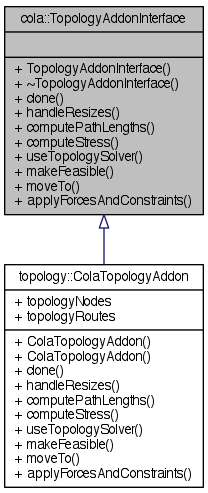
Earlier version of the Graphviz export documentation/classcola_1_1TopologyAddonInterface__inherit__graph.png (mjwybrow/adaptagrams). Its source is kept beside it as documentation/classcola_1_1TopologyAddonInterface__inherit__graph.dot. Source of this version:
```dot
digraph "cola::TopologyAddonInterface"
{
  edge [fontname="Helvetica",fontsize="10",labelfontname="Helvetica",labelfontsize="10"];
  node [fontname="Helvetica",fontsize="10",shape=record];
  Node1 [label="{cola::TopologyAddonInterface\n||+ TopologyAddonInterface()\l+ ~TopologyAddonInterface()\l+ clone()\l+ handleResizes()\l+ computePathLengths()\l+ computeStress()\l+ useTopologySolver()\l+ makeFeasible()\l+ moveTo()\l+ applyForcesAndConstraints()\l}",height=0.2,width=0.4,color="black", fillcolor="grey75", style="filled" fontcolor="black"];
  Node1 -> Node2 [dir="back",color="midnightblue",fontsize="10",style="solid",arrowtail="onormal",fontname="Helvetica"];
  Node2 [label="{topology::ColaTopologyAddon\n|+ topologyNodes\l+ topologyRoutes\l|+ ColaTopologyAddon()\l+ ColaTopologyAddon()\l+ clone()\l+ handleResizes()\l+ computePathLengths()\l+ computeStress()\l+ useTopologySolver()\l+ makeFeasible()\l+ moveTo()\l+ applyForcesAndConstraints()\l}",height=0.2,width=0.4,color="black", fillcolor="white", style="filled",URL="$classtopology_1_1ColaTopologyAddon.html",tooltip="This class can be passed to libcola to replace some functionality to provide topology preserving layo..."];
}
```
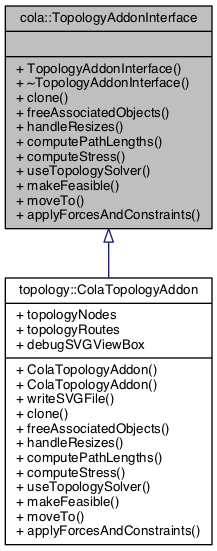
Later version of the same file.

What changed in the source:
```diff
@@ -2,7 +2,7 @@
 {
   edge [fontname="Helvetica",fontsize="10",labelfontname="Helvetica",labelfontsize="10"];
   node [fontname="Helvetica",fontsize="10",shape=record];
-  Node1 [label="{cola::TopologyAddonInterface\n||+ TopologyAddonInterface()\l+ ~TopologyAddonInterface()\l+ clone()\l+ handleResizes()\l+ computePathLengths()\l+ computeStress()\l+ useTopologySolver()\l+ makeFeasible()\l+ moveTo()\l+ applyForcesAndConstraints()\l}",height=0.2,width=0.4,color="black", fillcolor="grey75", style="filled" fontcolor="black"];
+  Node1 [label="{cola::TopologyAddonInterface\n||+ TopologyAddonInterface()\l+ ~TopologyAddonInterface()\l+ clone()\l+ freeAssociatedObjects()\l+ handleResizes()\l+ computePathLengths()\l+ computeStress()\l+ useTopologySolver()\l+ makeFeasible()\l+ moveTo()\l+ applyForcesAndConstraints()\l}",height=0.2,width=0.4,color="black", fillcolor="grey75", style="filled", fontcolor="black"];
   Node1 -> Node2 [dir="back",color="midnightblue",fontsize="10",style="solid",arrowtail="onormal",fontname="Helvetica"];
-  Node2 [label="{topology::ColaTopologyAddon\n|+ topologyNodes\l+ topologyRoutes\l|+ ColaTopologyAddon()\l+ ColaTopologyAddon()\l+ clone()\l+ handleResizes()\l+ computePathLengths()\l+ computeStress()\l+ useTopologySolver()\l+ makeFeasible()\l+ moveTo()\l+ applyForcesAndConstraints()\l}",height=0.2,width=0.4,color="black", fillcolor="white", style="filled",URL="$classtopology_1_1ColaTopologyAddon.html",tooltip="This class can be passed to libcola to replace some functionality to provide topology preserving layo..."];
+  Node2 [label="{topology::ColaTopologyAddon\n|+ topologyNodes\l+ topologyRoutes\l+ debugSVGViewBox\l|+ ColaTopologyAddon()\l+ ColaTopologyAddon()\l+ writeSVGFile()\l+ clone()\l+ freeAssociatedObjects()\l+ handleResizes()\l+ computePathLengths()\l+ computeStress()\l+ useTopologySolver()\l+ makeFeasible()\l+ moveTo()\l+ applyForcesAndConstraints()\l}",height=0.2,width=0.4,color="black", fillcolor="white", style="filled",URL="$classtopology_1_1ColaTopologyAddon.html",tooltip="This class can be passed to libcola to replace some functionality to provide topology preserving layo..."];
 }
```
